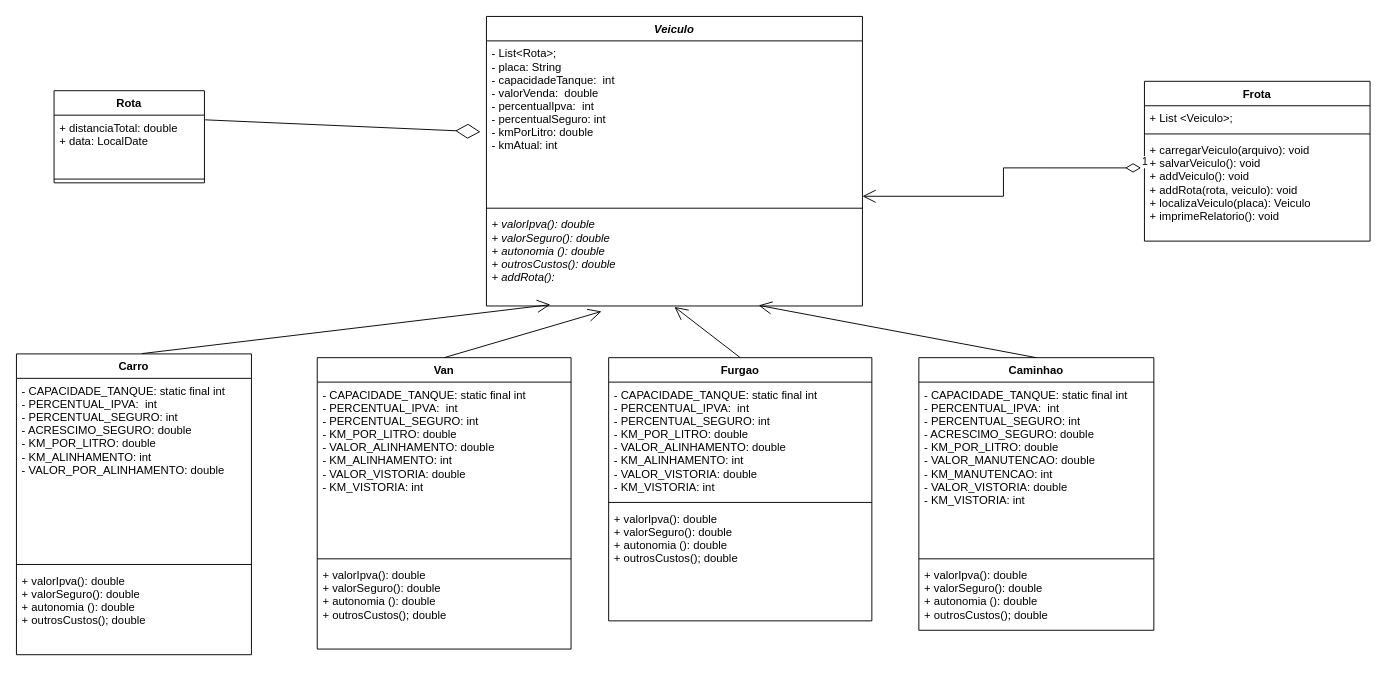
Before: docs/diagramas/LPM - Diagrama Projeto 3.drawio in DisciplinasProgramacao/projetos-3-4-5-t-e-a-m, a draw.io diagram. Source tidied: cells renumbered, new cells numbered last; positions are measured from the earlier drawing's top-left corner, leaving out a move shared by most shapes. Both pictures are drawn from the tidied source at 94%, with x=0, y=0 at pixel (16, 16).
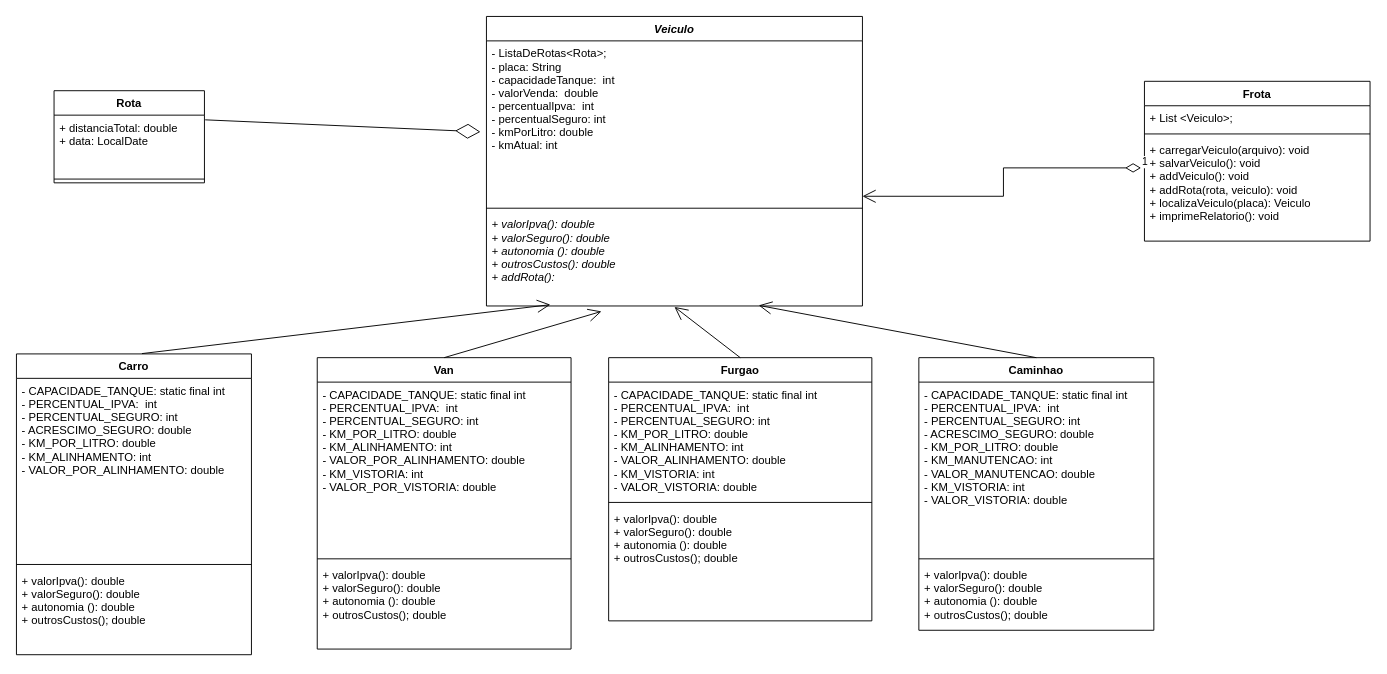
After the change.

Unchanged cells that the change refers to:
```xml
<mxCell id="2" value="Veiculo" style="swimlane;fontStyle=3;align=center;verticalAlign=top;horizontal=1;startSize=26;" parent="1" vertex="1">
  <mxGeometry x="500" width="400" height="308" as="geometry" />
</mxCell>
<mxCell id="18" value="Van" style="swimlane;fontStyle=1;align=center;verticalAlign=top;horizontal=1;startSize=26;" parent="1" vertex="1">
  <mxGeometry x="320" y="363" width="270" height="310" as="geometry" />
</mxCell>
<mxCell id="22" value="Furgao" style="swimlane;fontStyle=1;align=center;verticalAlign=top;horizontal=1;startSize=26;" parent="1" vertex="1">
  <mxGeometry x="630" y="363" width="280" height="280" as="geometry" />
</mxCell>
<mxCell id="26" value="Caminhao" style="swimlane;fontStyle=1;align=center;verticalAlign=top;horizontal=1;startSize=26;" parent="1" vertex="1">
  <mxGeometry x="960" y="363" width="250" height="290" as="geometry" />
</mxCell>
```

What changed in the source:
```diff
@@
-    <mxCell id="3" value="- List&lt;Rota&gt;;&#10;- placa: String&#10;- capacidadeTanque:  int&#10;- valorVenda:  double&#10;- percentualIpva:  int&#10;- percentualSeguro: int&#10;- kmPorLitro: double&#10;- kmAtual: int" style="text;strokeColor=none;fillColor=none;align=left;verticalAlign=top;spacingLeft=4;spacingRight=4;overflow=hidden;points=[[0,0.5],[1,0.5]];portConstraint=eastwest;" parent="2" vertex="1">
+    <mxCell id="3" value="- ListaDeRotas&lt;Rota&gt;;&#10;- placa: String&#10;- capacidadeTanque:  int&#10;- valorVenda:  double&#10;- percentualIpva:  int&#10;- percentualSeguro: int&#10;- kmPorLitro: double&#10;- kmAtual: int" style="text;strokeColor=none;fillColor=none;align=left;verticalAlign=top;spacingLeft=4;spacingRight=4;overflow=hidden;points=[[0,0.5],[1,0.5]];portConstraint=eastwest;" parent="2" vertex="1">
       <mxGeometry y="26" width="400" height="174" as="geometry" />
     </mxCell>
@@
-    <mxCell id="19" value="- CAPACIDADE_TANQUE: static final int&#10;- PERCENTUAL_IPVA:  int&#10;- PERCENTUAL_SEGURO: int&#10;- KM_POR_LITRO: double&#10;- VALOR_ALINHAMENTO: double&#10;- KM_ALINHAMENTO: int&#10;- VALOR_VISTORIA: double&#10;- KM_VISTORIA: int" style="text;strokeColor=none;fillColor=none;align=left;verticalAlign=top;spacingLeft=4;spacingRight=4;overflow=hidden;" parent="18" vertex="1">
+    <mxCell id="19" value="- CAPACIDADE_TANQUE: static final int&#10;- PERCENTUAL_IPVA:  int&#10;- PERCENTUAL_SEGURO: int&#10;- KM_POR_LITRO: double&#10;- KM_ALINHAMENTO: int&#10;- VALOR_POR_ALINHAMENTO: double&#10;- KM_VISTORIA: int&#10;- VALOR_POR_VISTORIA: double&#10;" style="text;strokeColor=none;fillColor=none;align=left;verticalAlign=top;spacingLeft=4;spacingRight=4;overflow=hidden;" parent="18" vertex="1">
       <mxGeometry y="26" width="270" height="184" as="geometry" />
     </mxCell>
@@
-    <mxCell id="23" value="- CAPACIDADE_TANQUE: static final int&#10;- PERCENTUAL_IPVA:  int&#10;- PERCENTUAL_SEGURO: int&#10;- KM_POR_LITRO: double&#10;- VALOR_ALINHAMENTO: double&#10;- KM_ALINHAMENTO: int&#10;- VALOR_VISTORIA: double&#10;- KM_VISTORIA: int" style="text;strokeColor=none;fillColor=none;align=left;verticalAlign=top;spacingLeft=4;spacingRight=4;overflow=hidden;" parent="22" vertex="1">
+    <mxCell id="23" value="- CAPACIDADE_TANQUE: static final int&#10;- PERCENTUAL_IPVA:  int&#10;- PERCENTUAL_SEGURO: int&#10;- KM_POR_LITRO: double&#10;- KM_ALINHAMENTO: int&#10;- VALOR_ALINHAMENTO: double&#10;- KM_VISTORIA: int&#10;- VALOR_VISTORIA: double&#10;" style="text;strokeColor=none;fillColor=none;align=left;verticalAlign=top;spacingLeft=4;spacingRight=4;overflow=hidden;" parent="22" vertex="1">
       <mxGeometry y="26" width="280" height="124" as="geometry" />
     </mxCell>
@@
-    <mxCell id="27" value="- CAPACIDADE_TANQUE: static final int&#10;- PERCENTUAL_IPVA:  int&#10;- PERCENTUAL_SEGURO: int&#10;- ACRESCIMO_SEGURO: double&#10;- KM_POR_LITRO: double&#10;- VALOR_MANUTENCAO: double&#10;- KM_MANUTENCAO: int&#10;- VALOR_VISTORIA: double&#10;- KM_VISTORIA: int" style="text;strokeColor=none;fillColor=none;align=left;verticalAlign=top;spacingLeft=4;spacingRight=4;overflow=hidden;fontStyle=0;" parent="26" vertex="1">
+    <mxCell id="27" value="- CAPACIDADE_TANQUE: static final int&#10;- PERCENTUAL_IPVA:  int&#10;- PERCENTUAL_SEGURO: int&#10;- ACRESCIMO_SEGURO: double&#10;- KM_POR_LITRO: double&#10;- KM_MANUTENCAO: int&#10;- VALOR_MANUTENCAO: double&#10;- KM_VISTORIA: int&#10;- VALOR_VISTORIA: double&#10;" style="text;strokeColor=none;fillColor=none;align=left;verticalAlign=top;spacingLeft=4;spacingRight=4;overflow=hidden;fontStyle=0;" parent="26" vertex="1">
       <mxGeometry y="26" width="250" height="184" as="geometry" />
     </mxCell>
```
